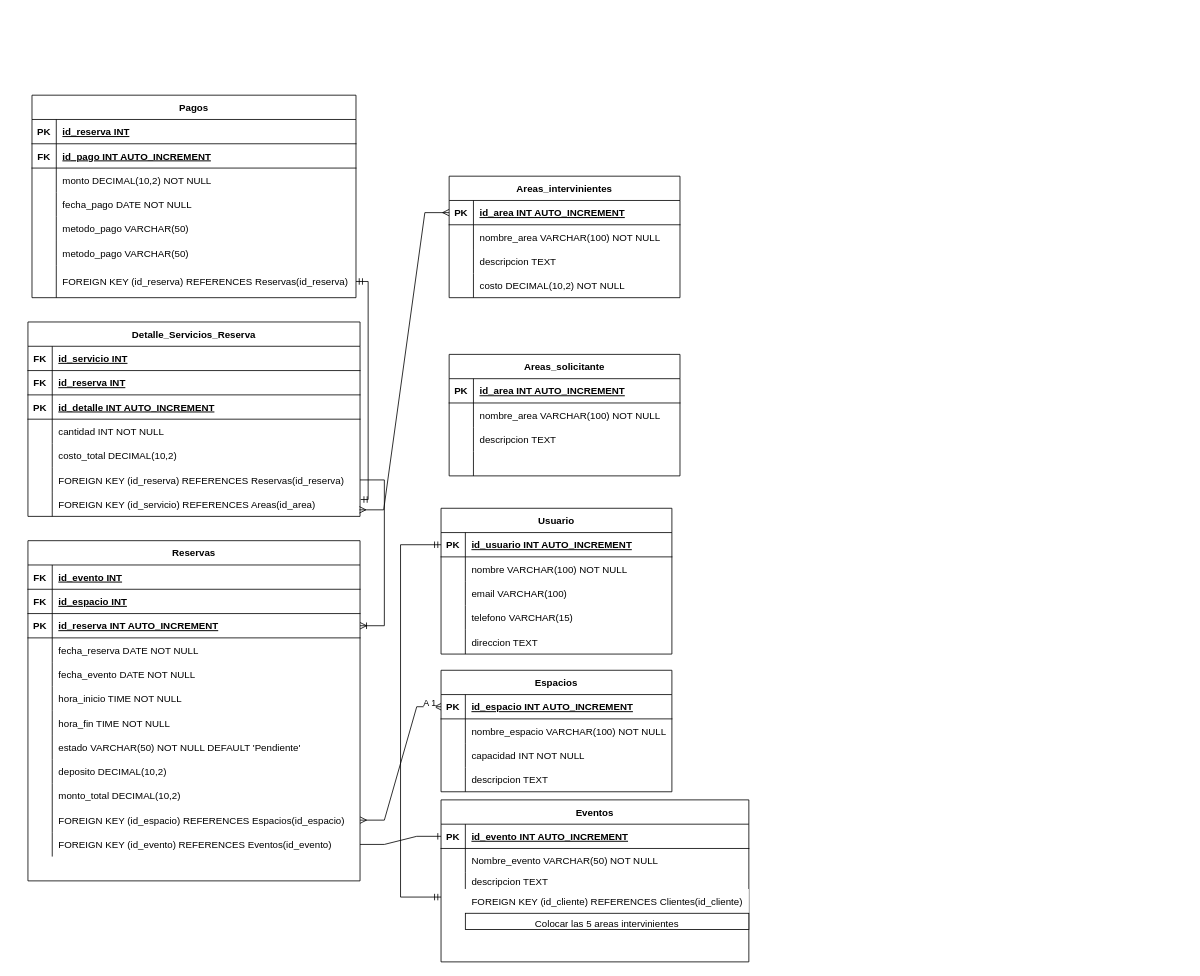
This is Diagrama sin título.drawio from JonathanUrquiza/DER, a draw.io file, before an edit. Source tidied: cells renumbered, new cells numbered last; positions are measured from the earlier drawing's top-left corner, leaving out a move shared by most shapes. Both pictures are drawn from the tidied source at 81%, with x=0, y=0 at pixel (-78, 95).
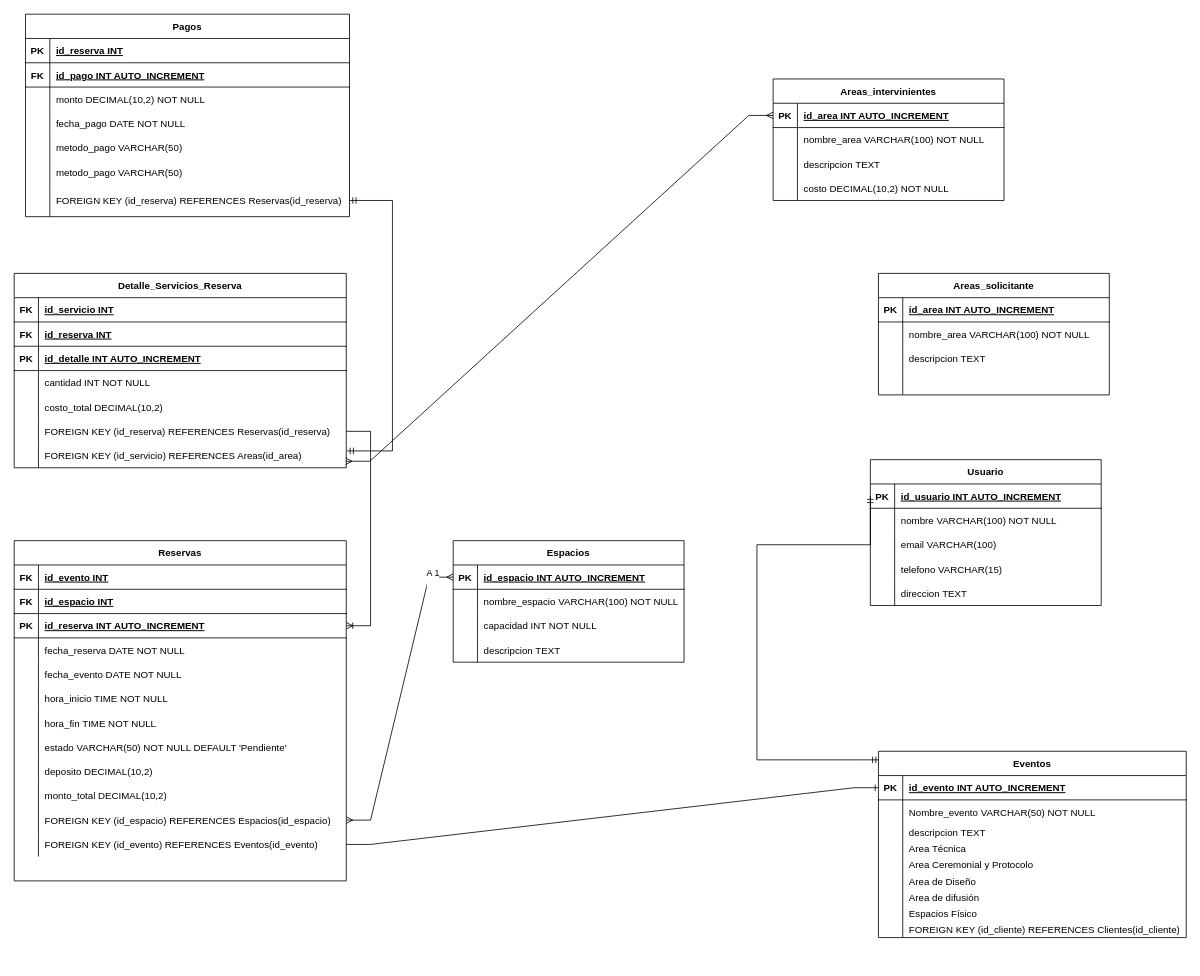
The same page after the edit.

The change refers to these unchanged cells:
```xml
<mxCell id="4" style="shape=tableRow;horizontal=0;startSize=0;swimlaneHead=0;swimlaneBody=0;fillColor=none;points=[[0,0.5],[1,0.5]];portConstraint=eastwest;strokeColor=inherit;top=0;left=0;right=0;bottom=1;" parent="3" vertex="1">
  <mxGeometry y="30" width="285" height="30" as="geometry" />
</mxCell>
<mxCell id="49" style="shape=tableRow;horizontal=0;startSize=0;swimlaneHead=0;swimlaneBody=0;fillColor=none;points=[[0,0.5],[1,0.5]];portConstraint=eastwest;strokeColor=inherit;top=0;left=0;right=0;bottom=1;" parent="42" vertex="1">
  <mxGeometry y="90" width="410" height="30" as="geometry" />
</mxCell>
<mxCell id="98" style="shape=tableRow;horizontal=0;startSize=0;swimlaneHead=0;swimlaneBody=0;fillColor=none;points=[[0,0.5],[1,0.5]];portConstraint=eastwest;strokeColor=inherit;top=0;left=0;right=0;bottom=0;" parent="79" vertex="1">
  <mxGeometry y="210" width="400" height="40" as="geometry" />
</mxCell>
<mxCell id="130" style="shape=tableRow;horizontal=0;startSize=0;swimlaneHead=0;swimlaneBody=0;fillColor=none;points=[[0,0.5],[1,0.5]];portConstraint=eastwest;strokeColor=inherit;top=0;left=0;right=0;bottom=0;" parent="114" vertex="1">
  <mxGeometry y="180" width="410" height="30" as="geometry" />
</mxCell>
<mxCell id="133" style="shape=tableRow;horizontal=0;startSize=0;swimlaneHead=0;swimlaneBody=0;fillColor=none;points=[[0,0.5],[1,0.5]];portConstraint=eastwest;strokeColor=inherit;top=0;left=0;right=0;bottom=0;" parent="114" vertex="1">
  <mxGeometry y="210" width="410" height="30" as="geometry" />
</mxCell>
```

Diff of the diagram source:
```diff
@@
     <mxCell id="2" style="fontSize=12;html=1;endArrow=ERmandOne;startArrow=ERmandOne;rounded=0;exitX=1.002;exitY=0.306;exitDx=0;exitDy=0;entryX=1;entryY=0.5;entryDx=0;entryDy=0;edgeStyle=orthogonalEdgeStyle;exitPerimeter=0;" parent="1" edge="1" source="133" target="98">
-      <mxGeometry relative="1" as="geometry" />
+      <mxGeometry relative="1" as="geometry">
+        <Array as="points">
+          <mxPoint x="580" y="439" />
+          <mxPoint x="580" y="130" />
+        </Array>
+      </mxGeometry>
     </mxCell>
     <mxCell id="3" value="Usuario" style="shape=table;startSize=30;childLayout=tableLayout;rowLines=0;fontStyle=1;align=center;" parent="1" vertex="1">
-      <mxGeometry x="640" y="510" width="285" height="180" as="geometry" />
+      <mxGeometry x="1170" y="450" width="285" height="180" as="geometry" />
     </mxCell>
@@
     <mxCell id="19" value="Espacios" style="shape=table;startSize=30;childLayout=tableLayout;rowLines=0;fontStyle=1;align=center;" parent="1" vertex="1">
-      <mxGeometry x="640" y="710" width="285" height="150" as="geometry" />
+      <mxGeometry x="655" y="550" width="285" height="150" as="geometry" />
     </mxCell>
@@
     <mxCell id="32" value="Eventos" style="shape=table;startSize=30;childLayout=tableLayout;rowLines=0;fontStyle=1;align=center;strokeWidth=1;" parent="1" vertex="1">
-      <mxGeometry x="640" y="870" width="380" height="200" as="geometry" />
+      <mxGeometry x="1180" y="810" width="380" height="230" as="geometry" />
     </mxCell>
@@
+    <mxCell id="157" style="shape=tableRow;horizontal=0;startSize=0;swimlaneHead=0;swimlaneBody=0;fillColor=none;strokeColor=inherit;top=0;left=0;right=0;bottom=0;" parent="32" vertex="1">
+      <mxGeometry y="110" width="380" height="20" as="geometry" />
+    </mxCell>
+    <mxCell id="158" style="shape=partialRectangle;overflow=hidden;fillColor=none;strokeColor=inherit;top=0;left=0;bottom=0;right=0;" parent="157" vertex="1">
+      <mxGeometry width="30" height="20" as="geometry" />
+    </mxCell>
+    <mxCell id="159" value="Area Técnica" style="shape=partialRectangle;overflow=hidden;fillColor=none;align=left;strokeColor=inherit;top=0;left=0;bottom=0;right=0;spacingLeft=6;" parent="157" vertex="1">
+      <mxGeometry x="30" width="350" height="20" as="geometry" />
+    </mxCell>
+    <mxCell id="160" style="shape=tableRow;horizontal=0;startSize=0;swimlaneHead=0;swimlaneBody=0;fillColor=none;strokeColor=inherit;top=0;left=0;right=0;bottom=0;" parent="32" vertex="1">
+      <mxGeometry y="130" width="380" height="20" as="geometry" />
+    </mxCell>
+    <mxCell id="161" style="shape=partialRectangle;overflow=hidden;fillColor=none;strokeColor=inherit;top=0;left=0;bottom=0;right=0;" parent="160" vertex="1">
+      <mxGeometry width="30" height="20" as="geometry" />
+    </mxCell>
+    <mxCell id="162" value="Area Ceremonial y Protocolo" style="shape=partialRectangle;overflow=hidden;fillColor=none;align=left;strokeColor=inherit;top=0;left=0;bottom=0;right=0;spacingLeft=6;" parent="160" vertex="1">
+      <mxGeometry x="30" width="350" height="20" as="geometry" />
+    </mxCell>
+    <mxCell id="163" style="shape=tableRow;horizontal=0;startSize=0;swimlaneHead=0;swimlaneBody=0;fillColor=none;strokeColor=inherit;top=0;left=0;right=0;bottom=0;" parent="32" vertex="1">
+      <mxGeometry y="150" width="380" height="20" as="geometry" />
+    </mxCell>
+    <mxCell id="164" style="shape=partialRectangle;overflow=hidden;fillColor=none;strokeColor=inherit;top=0;left=0;bottom=0;right=0;" parent="163" vertex="1">
+      <mxGeometry width="30" height="20" as="geometry" />
+    </mxCell>
+    <mxCell id="165" value="Area de Diseño" style="shape=partialRectangle;overflow=hidden;fillColor=none;align=left;strokeColor=inherit;top=0;left=0;bottom=0;right=0;spacingLeft=6;" parent="163" vertex="1">
+      <mxGeometry x="30" width="350" height="20" as="geometry" />
+    </mxCell>
+    <mxCell id="166" style="shape=tableRow;horizontal=0;startSize=0;swimlaneHead=0;swimlaneBody=0;fillColor=none;strokeColor=inherit;top=0;left=0;right=0;bottom=0;" parent="32" vertex="1">
+      <mxGeometry y="170" width="380" height="20" as="geometry" />
+    </mxCell>
+    <mxCell id="167" style="shape=partialRectangle;overflow=hidden;fillColor=none;strokeColor=inherit;top=0;left=0;bottom=0;right=0;" parent="166" vertex="1">
+      <mxGeometry width="30" height="20" as="geometry" />
+    </mxCell>
+    <mxCell id="168" value="Area de difusión" style="shape=partialRectangle;overflow=hidden;fillColor=none;align=left;strokeColor=inherit;top=0;left=0;bottom=0;right=0;spacingLeft=6;" parent="166" vertex="1">
+      <mxGeometry x="30" width="350" height="20" as="geometry" />
+    </mxCell>
+    <mxCell id="169" style="shape=tableRow;horizontal=0;startSize=0;swimlaneHead=0;swimlaneBody=0;fillColor=none;strokeColor=inherit;top=0;left=0;right=0;bottom=0;" parent="32" vertex="1">
+      <mxGeometry y="190" width="380" height="20" as="geometry" />
+    </mxCell>
+    <mxCell id="170" style="shape=partialRectangle;overflow=hidden;fillColor=none;strokeColor=inherit;top=0;left=0;bottom=0;right=0;" parent="169" vertex="1">
+      <mxGeometry width="30" height="20" as="geometry" />
+    </mxCell>
+    <mxCell id="171" value="Espacios Físico" style="shape=partialRectangle;overflow=hidden;fillColor=none;align=left;strokeColor=inherit;top=0;left=0;bottom=0;right=0;spacingLeft=6;" parent="169" vertex="1">
+      <mxGeometry x="30" width="350" height="20" as="geometry" />
+    </mxCell>
+    <mxCell id="172" style="shape=tableRow;horizontal=0;startSize=0;swimlaneHead=0;swimlaneBody=0;fillColor=none;strokeColor=inherit;top=0;left=0;right=0;bottom=0;" parent="32" vertex="1">
+      <mxGeometry y="210" width="380" height="20" as="geometry" />
+    </mxCell>
+    <mxCell id="173" style="shape=partialRectangle;overflow=hidden;fillColor=none;strokeColor=inherit;top=0;left=0;bottom=0;right=0;" parent="172" vertex="1">
+      <mxGeometry width="30" height="20" as="geometry" />
+    </mxCell>
+    <mxCell id="141" value="FOREIGN KEY (id_cliente) REFERENCES Clientes(id_cliente)" style="shape=partialRectangle;overflow=hidden;fillColor=none;align=left;strokeColor=inherit;top=0;left=0;bottom=0;right=0;spacingLeft=6;" parent="172" vertex="1">
+      <mxGeometry x="30" width="350" height="20" as="geometry" />
+    </mxCell>
     <mxCell id="42" value="Reservas" style="shape=table;startSize=30;childLayout=tableLayout;rowLines=0;fontStyle=1;align=center;" parent="1" vertex="1">
-      <mxGeometry x="130" y="550" width="410" height="420" as="geometry" />
+      <mxGeometry x="113" y="550" width="410" height="420" as="geometry" />
     </mxCell>
@@
     <mxCell id="79" value="Pagos" style="shape=table;startSize=30;childLayout=tableLayout;rowLines=0;fontStyle=1;align=center;" parent="1" vertex="1">
-      <mxGeometry x="135" width="400" height="250" as="geometry" />
+      <mxGeometry x="127" y="-100" width="400" height="250" as="geometry" />
     </mxCell>
@@
     <mxCell id="101" value="Areas_intervinientes" style="shape=table;startSize=30;childLayout=tableLayout;rowLines=0;fontStyle=1;align=center;" parent="1" vertex="1">
-      <mxGeometry x="650" y="100" width="285" height="150" as="geometry" />
+      <mxGeometry x="1050" y="-20" width="285" height="150" as="geometry" />
     </mxCell>
@@
     <mxCell id="114" value="Detalle_Servicios_Reserva" style="shape=table;startSize=30;childLayout=tableLayout;rowLines=0;fontStyle=1;align=center;" parent="1" vertex="1">
-      <mxGeometry x="130" y="280" width="410" height="240" as="geometry" />
+      <mxGeometry x="113" y="220" width="410" height="240" as="geometry" />
     </mxCell>
@@
     <mxCell id="139" style="edgeStyle=entityRelationEdgeStyle;fontSize=12;html=1;endArrow=ERoneToMany;rounded=0;exitX=1;exitY=0.5;exitDx=0;exitDy=0;entryX=1;entryY=0.5;entryDx=0;entryDy=0;" parent="1" edge="1" source="130" target="49">
       <mxGeometry relative="1" as="geometry">
         <Array as="points">
           <mxPoint x="560" y="480" />
           <mxPoint y="34" />
           <mxPoint x="570" y="500" />
+          <mxPoint x="540" y="600" />
+          <mxPoint x="510" y="600" />
         </Array>
       </mxGeometry>
     </mxCell>
@@
-    <mxCell id="141" value="FOREIGN KEY (id_cliente) REFERENCES Clientes(id_cliente)" style="shape=partialRectangle;overflow=hidden;align=left;top=0;left=0;bottom=0;right=0;spacingLeft=6;perimeterSpacing=0;strokeWidth=3;" parent="1" vertex="1">
-      <mxGeometry x="670" y="980" width="350" height="30" as="geometry" />
-    </mxCell>
-    <mxCell id="142" style="edgeStyle=orthogonalEdgeStyle;fontSize=12;html=1;endArrow=ERmandOne;startArrow=ERmandOne;rounded=0;entryX=0;entryY=0.5;entryDx=0;entryDy=0;strokeWidth=1;" parent="1" edge="1" target="4">
+    <mxCell id="142" style="edgeStyle=orthogonalEdgeStyle;fontSize=12;html=1;endArrow=ERmandOne;startArrow=ERmandOne;rounded=0;entryX=0;entryY=0.5;entryDx=0;entryDy=0;strokeWidth=1;exitX=0.002;exitY=0.046;exitDx=0;exitDy=0;exitPerimeter=0;" parent="1" edge="1" source="32" target="4">
       <mxGeometry relative="1" as="geometry">
-        <mxPoint x="640" y="990" as="sourcePoint" />
         <Array as="points">
-          <mxPoint x="590" y="990" />
-          <mxPoint x="590" y="555" />
+          <mxPoint x="1030" y="821" />
+          <mxPoint x="1030" y="555" />
+          <mxPoint x="1170" y="555" />
         </Array>
       </mxGeometry>
     </mxCell>
     <mxCell id="143" value="Areas_solicitante" style="shape=table;startSize=30;childLayout=tableLayout;rowLines=0;fontStyle=1;align=center;" parent="1" vertex="1">
-      <mxGeometry x="650" y="320" width="285" height="150" as="geometry" />
+      <mxGeometry x="1180" y="220" width="285" height="150" as="geometry" />
     </mxCell>
@@
-    <mxCell id="156" value="Colocar las 5 areas intervinientes&lt;div&gt;&lt;br&gt;&lt;/div&gt;" style="whiteSpace=wrap;html=1;align=center;verticalAlign=top;" parent="1" vertex="1">
-      <mxGeometry x="670" y="1010" width="350" height="20" as="geometry" />
-    </mxCell>
```
